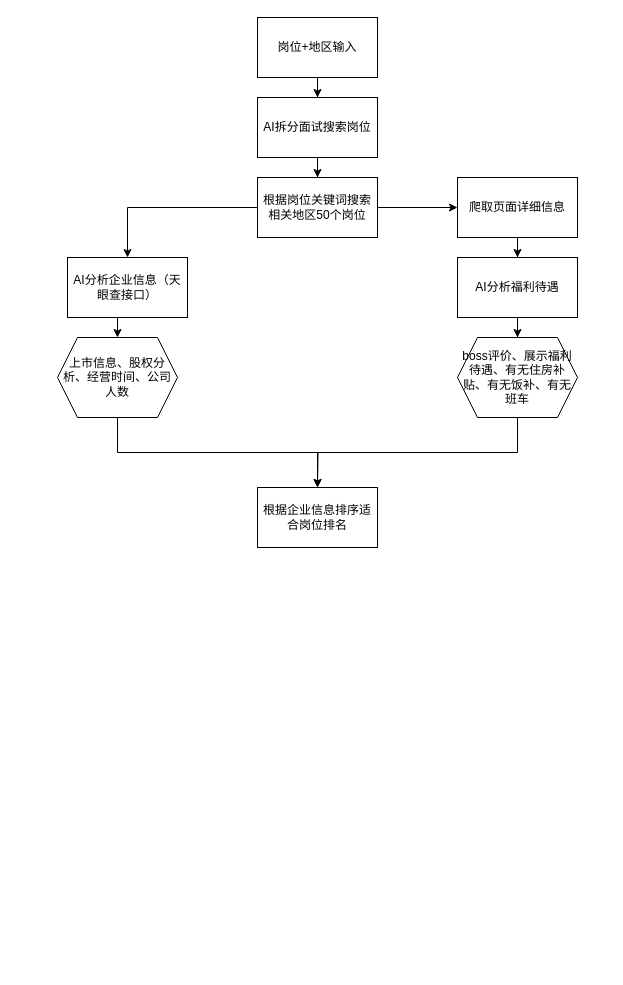
The draw.io diagram HR.drawio in han896/LiuCheng, before the edit. Source tidied: cells renumbered, new cells numbered last; positions are measured from the earlier drawing's top-left corner, leaving out a move shared by most shapes. Both pictures are drawn from the tidied source at 100%, with x=0, y=0 at pixel (57, 17).
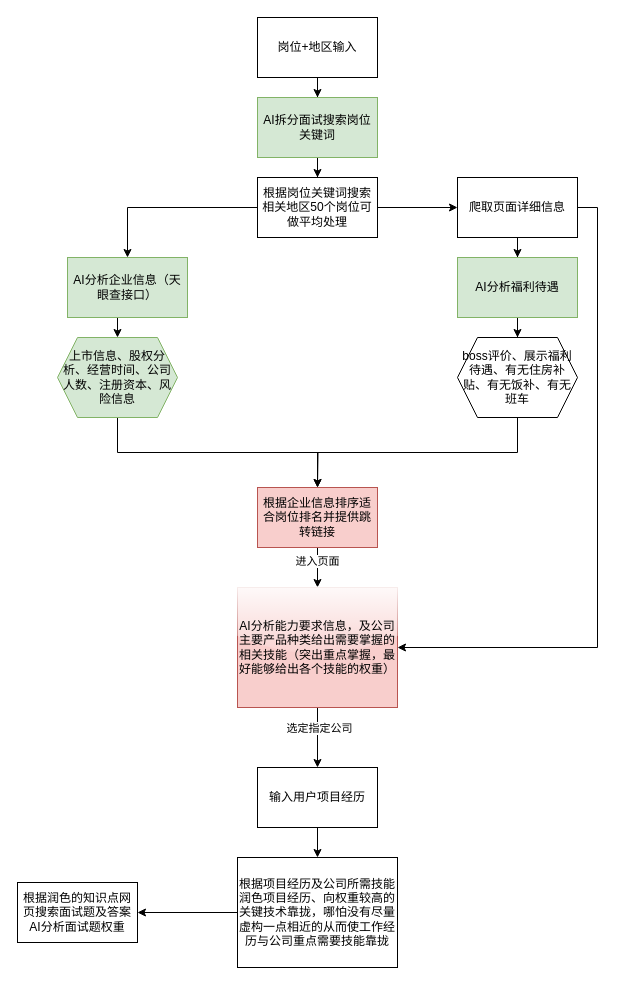
After the change.

Unchanged cells that the change refers to:
```xml
<mxCell id="15" value="爬取页面详细信息" style="whiteSpace=wrap;html=1;rounded=0;" parent="1" vertex="1">
  <mxGeometry x="400" y="160" width="120" height="60" as="geometry" />
</mxCell>
```

What changed in the source:
```diff
@@
-    <mxCell id="5" value="AI拆分面试搜索岗位" style="whiteSpace=wrap;html=1;rounded=0;" parent="1" vertex="1">
+    <mxCell id="5" value="AI拆分面试搜索岗位关键词" style="whiteSpace=wrap;html=1;rounded=0;fillColor=#d5e8d4;strokeColor=#82b366;" parent="1" vertex="1">
       <mxGeometry x="200" y="80" width="120" height="60" as="geometry" />
     </mxCell>
@@
-    <mxCell id="8" value="根据岗位关键词搜索相关地区50个岗位" style="whiteSpace=wrap;html=1;rounded=0;" parent="1" vertex="1">
+    <mxCell id="8" value="根据岗位关键词搜索相关地区50个岗位可做平均处理" style="whiteSpace=wrap;html=1;rounded=0;" parent="1" vertex="1">
       <mxGeometry x="200" y="160" width="120" height="60" as="geometry" />
     </mxCell>
@@
-    <mxCell id="10" value="AI分析企业信息（天眼查接口）" style="whiteSpace=wrap;html=1;rounded=0;" parent="1" vertex="1">
+    <mxCell id="10" value="AI分析企业信息（天眼查接口）" style="whiteSpace=wrap;html=1;rounded=0;fillColor=#d5e8d4;strokeColor=#82b366;" parent="1" vertex="1">
       <mxGeometry x="10" y="240" width="120" height="60" as="geometry" />
     </mxCell>
+    <mxCell id="20" style="edgeStyle=orthogonalEdgeStyle;rounded=0;jettySize=auto;html=1;" parent="1" edge="1" source="11" target="25">
+      <mxGeometry relative="1" as="geometry" />
+    </mxCell>
+    <mxCell id="21" value="进入页面" style="edgeLabel;html=1;align=center;verticalAlign=middle;" parent="20" vertex="1">
+      <mxGeometry x="-0.33" y="-1" relative="1" as="geometry" />
+    </mxCell>
-    <mxCell id="11" value="根据企业信息排序适合岗位排名" style="whiteSpace=wrap;html=1;rounded=0;" parent="1" vertex="1">
+    <mxCell id="11" value="根据企业信息排序适合岗位排名并提供跳转链接" style="whiteSpace=wrap;html=1;rounded=0;fillColor=#f8cecc;strokeColor=#b85450;" parent="1" vertex="1">
       <mxGeometry x="200" y="470" width="120" height="60" as="geometry" />
     </mxCell>
@@
-    <mxCell id="13" value="上市信息、股权分析、经营时间、公司人数" style="shape=hexagon;perimeter=hexagonPerimeter2;whiteSpace=wrap;html=1;fixedSize=1;rounded=0;" parent="1" vertex="1">
+    <mxCell id="13" value="上市信息、股权分析、经营时间、公司人数、注册资本、风险信息" style="shape=hexagon;perimeter=hexagonPerimeter2;whiteSpace=wrap;html=1;fixedSize=1;rounded=0;fillColor=#d5e8d4;strokeColor=#82b366;" parent="1" vertex="1">
       <mxGeometry y="320" width="120" height="80" as="geometry" />
     </mxCell>
@@
+    <mxCell id="22" style="edgeStyle=orthogonalEdgeStyle;rounded=0;jettySize=auto;html=1;exitX=1;exitY=0.5;exitDx=0;exitDy=0;entryX=1;entryY=0.5;entryDx=0;entryDy=0;" parent="1" edge="1" source="15" target="25">
+      <mxGeometry relative="1" as="geometry" />
+    </mxCell>
@@
-    <mxCell id="17" value="AI分析福利待遇" style="whiteSpace=wrap;html=1;rounded=0;" parent="1" vertex="1">
+    <mxCell id="17" value="AI分析福利待遇" style="whiteSpace=wrap;html=1;rounded=0;fillColor=#d5e8d4;strokeColor=#82b366;" parent="1" vertex="1">
       <mxGeometry x="400" y="240" width="120" height="60" as="geometry" />
     </mxCell>
@@
+    <mxCell id="23" style="edgeStyle=orthogonalEdgeStyle;rounded=0;jettySize=auto;html=1;" parent="1" edge="1" source="25" target="27">
+      <mxGeometry relative="1" as="geometry" />
+    </mxCell>
+    <mxCell id="24" value="选定指定公司" style="edgeLabel;html=1;align=center;verticalAlign=middle;" parent="23" vertex="1">
+      <mxGeometry x="-0.33" y="1" relative="1" as="geometry" />
+    </mxCell>
+    <mxCell id="25" value="AI分析能力要求信息，及公司主要产品种类给出需要掌握的相关技能（突出重点掌握，最好能够给出各个技能的权重）" style="whiteSpace=wrap;html=1;rounded=0;fillColor=#f8cecc;strokeColor=#b85450;glass=1;" parent="1" vertex="1">
+      <mxGeometry x="180" y="570" width="160" height="120" as="geometry" />
+    </mxCell>
+    <mxCell id="26" style="edgeStyle=orthogonalEdgeStyle;rounded=0;jettySize=auto;html=1;" parent="1" edge="1" source="27" target="29">
+      <mxGeometry relative="1" as="geometry" />
+    </mxCell>
+    <mxCell id="27" value="输入用户项目经历" style="whiteSpace=wrap;html=1;rounded=0;glass=0;" parent="1" vertex="1">
+      <mxGeometry x="200" y="750" width="120" height="60" as="geometry" />
+    </mxCell>
+    <mxCell id="28" style="edgeStyle=orthogonalEdgeStyle;rounded=0;jettySize=auto;html=1;" parent="1" edge="1" source="29" target="30">
+      <mxGeometry relative="1" as="geometry" />
+    </mxCell>
+    <mxCell id="29" value="根据项目经历及公司所需技能润色项目经历、向权重较高的关键技术靠拢，哪怕没有尽量虚构一点相近的从而使工作经历与公司重点需要技能靠拢" style="whiteSpace=wrap;html=1;rounded=0;glass=0;" parent="1" vertex="1">
+      <mxGeometry x="180" y="840" width="160" height="110" as="geometry" />
+    </mxCell>
+    <mxCell id="30" value="根据润色的知识点网页搜索面试题及答案AI分析面试题权重" style="whiteSpace=wrap;html=1;rounded=0;glass=0;" parent="1" vertex="1">
+      <mxGeometry x="-40" y="865" width="120" height="60" as="geometry" />
+    </mxCell>
```
